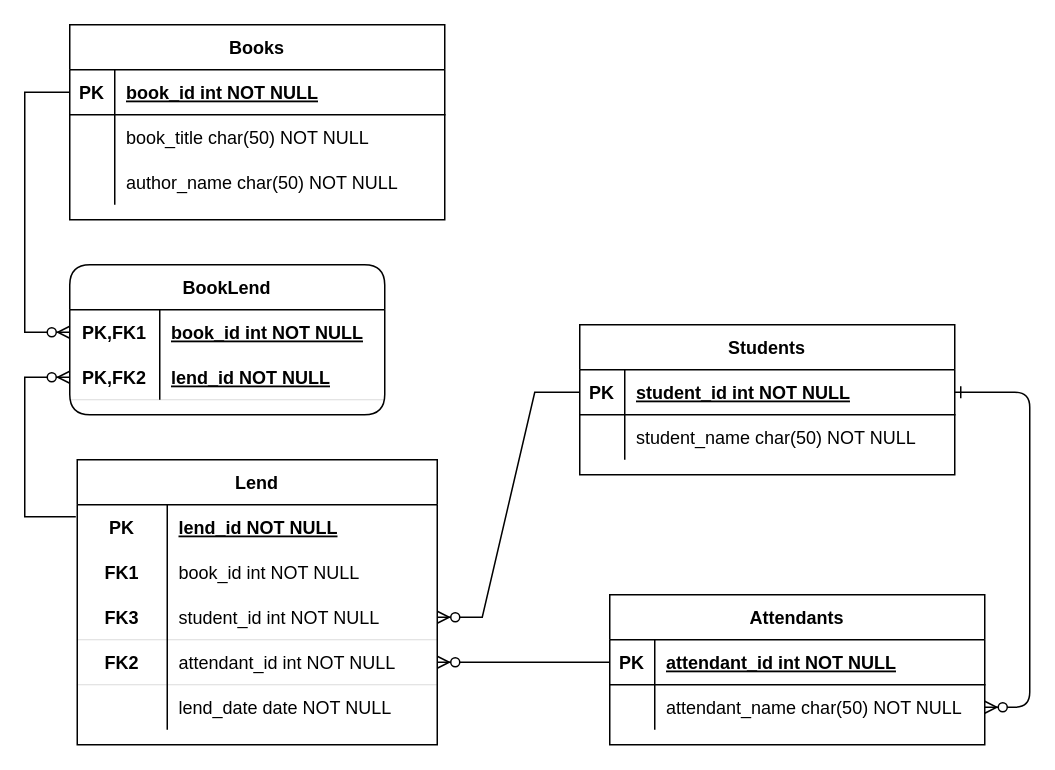
Earlier version of the draw.io diagram Untitled Diagram.drawio (jhumer-apus/ERD). Source tidied: cells renumbered, new cells numbered last; positions are measured from the earlier drawing's top-left corner, leaving out a move shared by most shapes. Both pictures are drawn from the tidied source at 150%, with x=0, y=0 at pixel (24, 24).
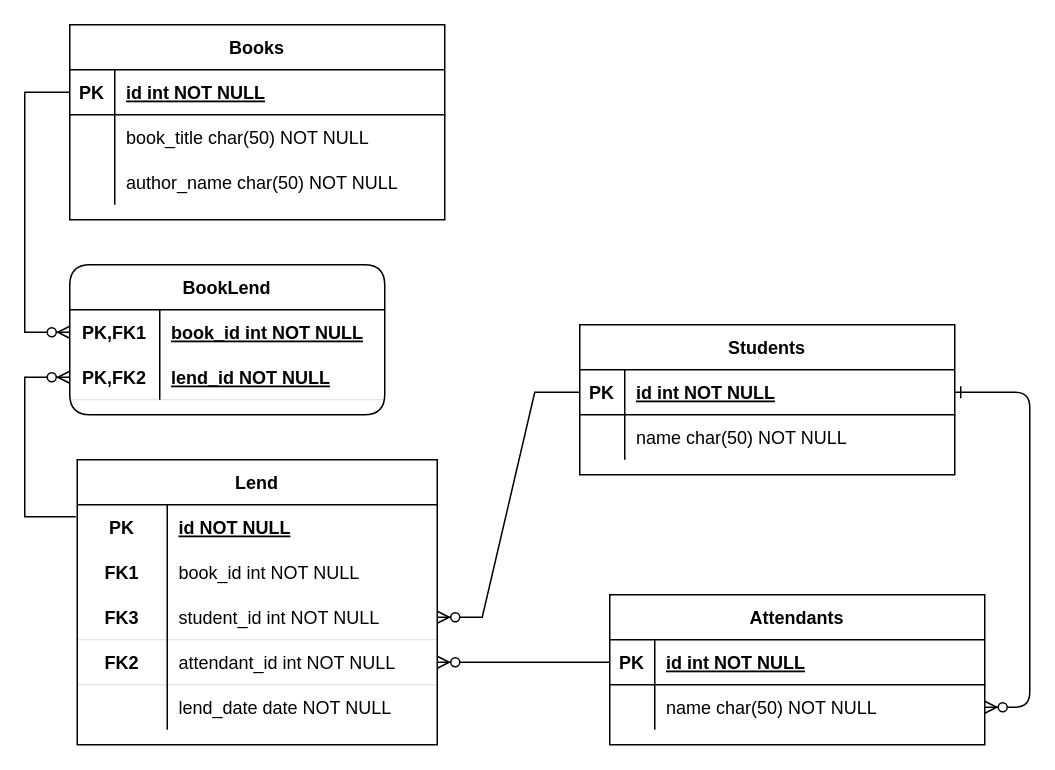
Above is the later version.

The change refers to these unchanged cells:
```xml
<mxCell id="4" style="shape=partialRectangle;fillColor=none;points=[[0,0.5],[1,0.5]];portConstraint=eastwest;top=0;left=0;right=0;bottom=1;" parent="3" vertex="1">
  <mxGeometry y="30" width="250" height="30" as="geometry" />
</mxCell>
<mxCell id="7" style="shape=partialRectangle;fillColor=none;top=0;left=0;right=0;bottom=0;" parent="3" vertex="1">
  <mxGeometry y="60" width="250" height="30" as="geometry" />
</mxCell>
<mxCell id="11" style="shape=partialRectangle;fillColor=none;points=[[0,0.5],[1,0.5]];portConstraint=eastwest;top=0;left=0;right=0;bottom=1;" parent="10" vertex="1">
  <mxGeometry y="30" width="250" height="30" as="geometry" />
</mxCell>
<mxCell id="14" style="shape=partialRectangle;fillColor=none;points=[[0,0.5],[1,0.5]];portConstraint=eastwest;top=0;left=0;right=0;bottom=0;" parent="10" vertex="1">
  <mxGeometry y="60" width="250" height="30" as="geometry" />
</mxCell>
<mxCell id="18" style="shape=partialRectangle;fillColor=none;points=[[0,0.5],[1,0.5]];portConstraint=eastwest;top=0;left=0;right=0;bottom=1;" parent="17" vertex="1">
  <mxGeometry y="30" width="250" height="30" as="geometry" />
</mxCell>
<mxCell id="28" style="shape=tableRow;horizontal=0;startSize=0;swimlaneHead=0;swimlaneBody=0;fillColor=none;points=[[0,0.5],[1,0.5]];portConstraint=eastwest;top=0;left=0;right=0;bottom=0;" parent="27" vertex="1">
  <mxGeometry y="30" width="240" height="30" as="geometry" />
</mxCell>
```

Diff of the diagram source:
```diff
@@
-    <mxCell id="6" value="student_id int NOT NULL " style="shape=partialRectangle;overflow=hidden;fillColor=none;top=0;left=0;bottom=0;right=0;align=left;spacingLeft=6;fontStyle=5;" parent="4" vertex="1">
+    <mxCell id="6" value="id int NOT NULL " style="shape=partialRectangle;overflow=hidden;fillColor=none;top=0;left=0;bottom=0;right=0;align=left;spacingLeft=6;fontStyle=5;" parent="4" vertex="1">
       <mxGeometry x="30" width="220" height="30" as="geometry" />
     </mxCell>
@@
-    <mxCell id="9" value="student_name char(50) NOT NULL" style="shape=partialRectangle;overflow=hidden;fillColor=none;top=0;left=0;bottom=0;right=0;align=left;spacingLeft=6;" parent="7" vertex="1">
+    <mxCell id="9" value="name char(50) NOT NULL" style="shape=partialRectangle;overflow=hidden;fillColor=none;top=0;left=0;bottom=0;right=0;align=left;spacingLeft=6;" parent="7" vertex="1">
       <mxGeometry x="30" width="220" height="30" as="geometry" />
     </mxCell>
@@
-    <mxCell id="13" value="attendant_id int NOT NULL " style="shape=partialRectangle;overflow=hidden;fillColor=none;top=0;left=0;bottom=0;right=0;align=left;spacingLeft=6;fontStyle=5;" parent="11" vertex="1">
+    <mxCell id="13" value="id int NOT NULL " style="shape=partialRectangle;overflow=hidden;fillColor=none;top=0;left=0;bottom=0;right=0;align=left;spacingLeft=6;fontStyle=5;" parent="11" vertex="1">
       <mxGeometry x="30" width="220" height="30" as="geometry" />
     </mxCell>
@@
-    <mxCell id="16" value="attendant_name char(50) NOT NULL" style="shape=partialRectangle;overflow=hidden;fillColor=none;top=0;left=0;bottom=0;right=0;align=left;spacingLeft=6;" parent="14" vertex="1">
+    <mxCell id="16" value="name char(50) NOT NULL" style="shape=partialRectangle;overflow=hidden;fillColor=none;top=0;left=0;bottom=0;right=0;align=left;spacingLeft=6;" parent="14" vertex="1">
       <mxGeometry x="30" width="220" height="30" as="geometry" />
     </mxCell>
@@
-    <mxCell id="20" value="book_id int NOT NULL " style="shape=partialRectangle;overflow=hidden;fillColor=none;top=0;left=0;bottom=0;right=0;align=left;spacingLeft=6;fontStyle=5;" parent="18" vertex="1">
+    <mxCell id="20" value="id int NOT NULL " style="shape=partialRectangle;overflow=hidden;fillColor=none;top=0;left=0;bottom=0;right=0;align=left;spacingLeft=6;fontStyle=5;" parent="18" vertex="1">
       <mxGeometry x="30" width="220" height="30" as="geometry" />
     </mxCell>
@@
-    <mxCell id="30" value="lend_id NOT NULL" style="shape=partialRectangle;fillColor=none;top=0;left=0;bottom=0;right=0;align=left;spacingLeft=6;overflow=hidden;fontStyle=5;" parent="28" vertex="1">
+    <mxCell id="30" value="id NOT NULL" style="shape=partialRectangle;fillColor=none;top=0;left=0;bottom=0;right=0;align=left;spacingLeft=6;overflow=hidden;fontStyle=5;" parent="28" vertex="1">
       <mxGeometry x="60" width="180" height="30" as="geometry" />
     </mxCell>
```
